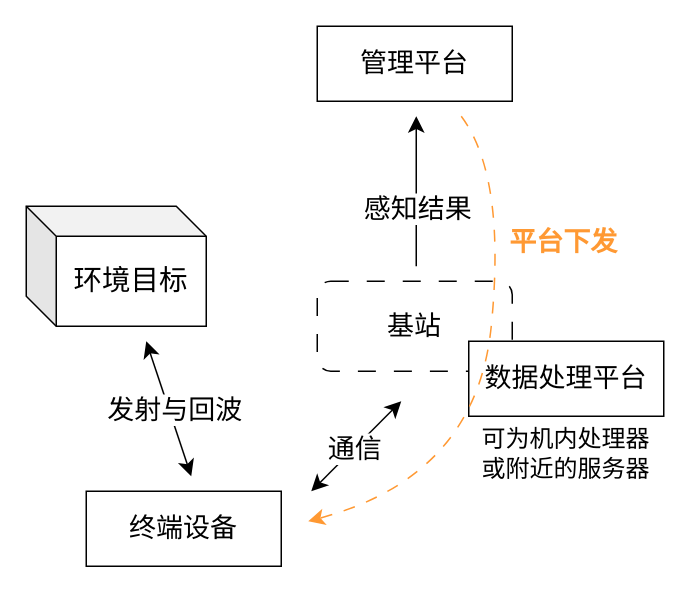
The draw.io diagram figures/isac-architecture.drawio in UlinoyaPed/ISAC-research, before the edit. Source tidied: cells renumbered, new cells numbered last; positions are measured from the earlier drawing's top-left corner, leaving out a move shared by most shapes. Both pictures are drawn from the tidied source at 150%, with x=0, y=0 at pixel (26, 26).
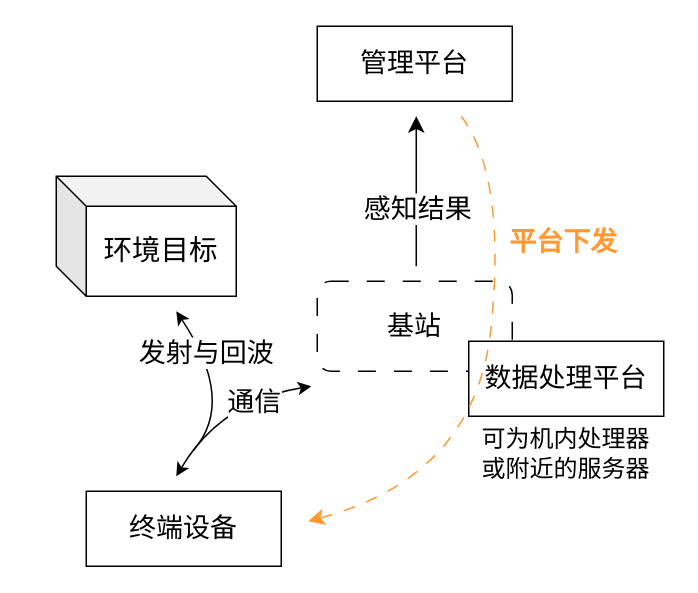
The same diagram, later.

Commit message (it also covers changes not shown here):
fix: 简化语言，修改图1

The edit, as a diff of the source:
```diff
@@
     <mxCell id="7" value="环境目标" style="shape=cube;whiteSpace=wrap;html=1;boundedLbl=1;backgroundOutline=1;darkOpacity=0.05;darkOpacity2=0.1;fontSize=19;" parent="1" vertex="1">
-      <mxGeometry y="120" width="120" height="80" as="geometry" />
+      <mxGeometry x="20" y="100" width="120" height="80" as="geometry" />
     </mxCell>
-    <mxCell id="8" style="endArrow=classic;startArrow=classic;html=1;rounded=0;fontSize=12;defaultLabelBackgroundColor=page;startSize=8;endSize=8;curved=1;" parent="1" edge="1">
-      <mxGeometry relative="1" as="geometry">
-        <mxPoint x="80" y="210" as="sourcePoint" />
-        <mxPoint x="110" y="300" as="targetPoint" />
-      </mxGeometry>
-    </mxCell>
-    <mxCell id="9" value="发射与回波" style="edgeLabel;html=1;align=center;verticalAlign=middle;inheritText=fontFamily,fontColor,textOpacity,labelBorderColor,labelBorderWidth,labelBackgroundColor,defaultLabelBackgroundColor,labelPadding;fontSize=18;defaultLabelBackgroundColor=page;fontStyle=0;" parent="8" vertex="1">
-      <mxGeometry x="0.1" y="2" relative="1" as="geometry">
-        <mxPoint y="-3" as="offset" />
-      </mxGeometry>
-    </mxCell>
-    <mxCell id="10" style="endArrow=classic;startArrow=classic;html=1;rounded=0;fontSize=12;defaultLabelBackgroundColor=page;startSize=8;endSize=8;curved=1;" parent="1" edge="1">
-      <mxGeometry relative="1" as="geometry">
-        <mxPoint x="250" y="250" as="sourcePoint" />
-        <mxPoint x="190" y="310" as="targetPoint" />
-      </mxGeometry>
-    </mxCell>
-    <mxCell id="11" value="通信" style="edgeLabel;html=1;align=center;verticalAlign=middle;inheritText=fontFamily,fontColor,textOpacity,labelBorderColor,labelBorderWidth,labelBackgroundColor,defaultLabelBackgroundColor,labelPadding;fontSize=18;defaultLabelBackgroundColor=page;fontStyle=0;" parent="10" vertex="1">
-      <mxGeometry x="0.1" y="2" relative="1" as="geometry">
-        <mxPoint y="-3" as="offset" />
-      </mxGeometry>
-    </mxCell>
@@
+    <mxCell id="16" style="curved=1;curveGeometry=1;endArrow=classic;html=1;rounded=0;defaultLabelBackgroundColor=page;startArrow=classic;startFill=1;fontSize=18;fillColor=#0066CC;" parent="1" edge="1">
+      <mxGeometry x="0.66" relative="1" as="geometry">
+        <mxPoint x="100" y="300" as="sourcePoint" />
+        <mxPoint x="190" y="240" as="targetPoint" />
+        <Array as="points">
+          <mxPoint x="130" y="250" />
+          <mxPoint x="190" y="240" />
+        </Array>
+      </mxGeometry>
+    </mxCell>
+    <mxCell id="11" value="通信" style="edgeLabel;html=1;align=center;verticalAlign=middle;inheritText=1;fontSize=18;defaultLabelBackgroundColor=page;fillColor=#00FF80;" parent="16" vertex="1">
+      <mxGeometry x="0.36" y="-4" relative="1" as="geometry">
+        <mxPoint x="-2" as="offset" />
+      </mxGeometry>
+    </mxCell>
+    <mxCell id="17" style="curved=1;curveGeometry=1;endArrow=classic;html=1;rounded=0;defaultLabelBackgroundColor=page;fontSize=18;fillColor=#0066CC;" parent="1" edge="1">
+      <mxGeometry x="0.27" relative="1" as="geometry">
+        <mxPoint x="111.5" y="282.7" as="sourcePoint" />
+        <mxPoint x="100" y="190" as="targetPoint" />
+        <Array as="points">
+          <mxPoint x="140" y="250" />
+        </Array>
+      </mxGeometry>
+    </mxCell>
+    <mxCell id="9" value="发射与回波" style="edgeLabel;html=1;align=center;verticalAlign=middle;inheritText=1;fontSize=18;defaultLabelBackgroundColor=page;fillColor=#00FF80;" parent="17" vertex="1">
+      <mxGeometry x="0.42" y="-1" relative="1" as="geometry" />
+    </mxCell>
```
